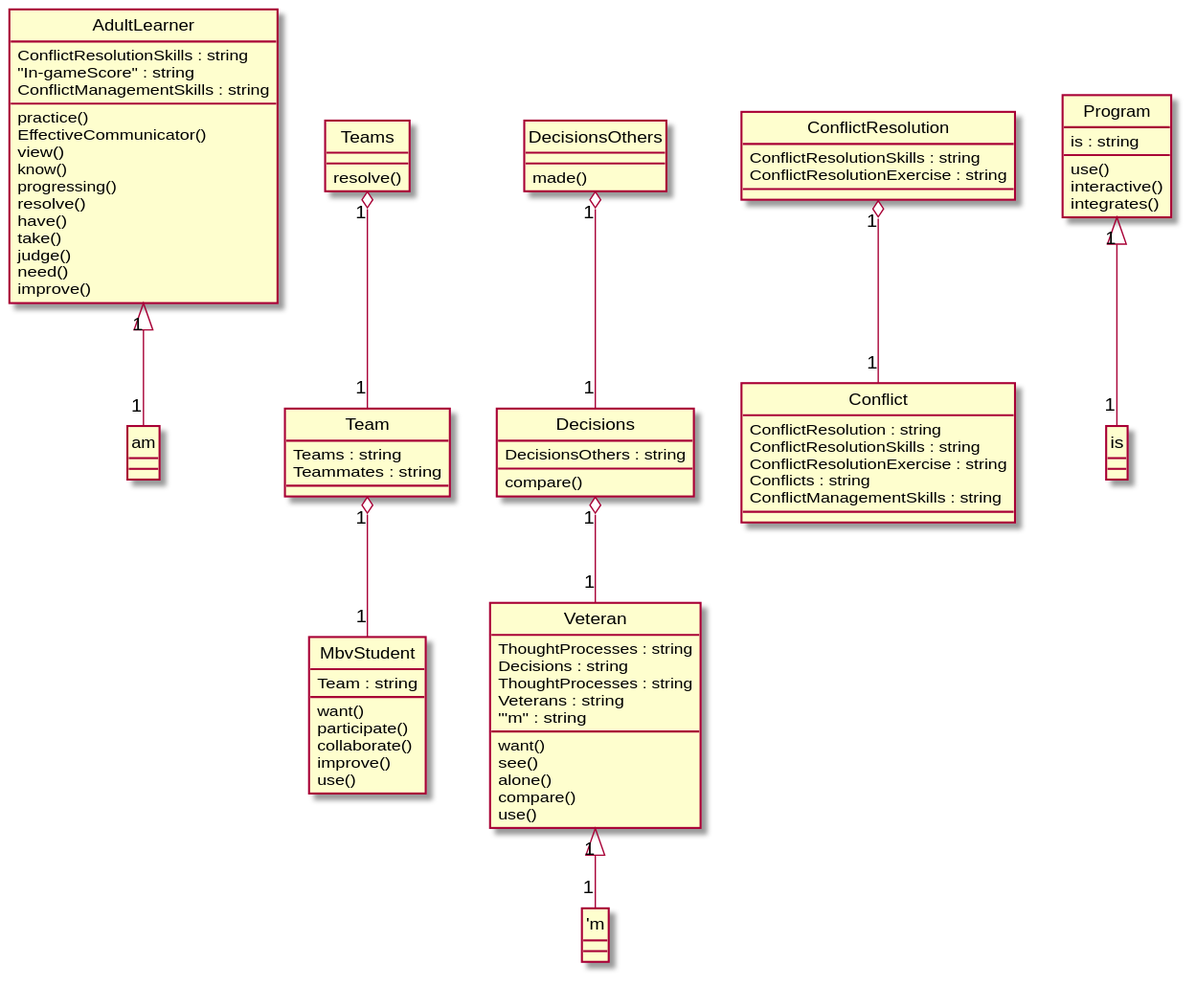
This is Diagrams/2015-USC-Project04.svg from xixixhalu/DomainModelExtractor, a PlantUML export, as it was before one commit. Its diagram source:
```plantuml
@startuml
hide circle
class AdultLearner {
	ConflictResolutionSkills : string
	"In-gameScore" : string
	ConflictManagementSkills : string
	practice()
	EffectiveCommunicator()
	view()
	know()
	progressing()
	resolve()
	have()
	take()
	judge()
	need()
	improve()
}
class MbvStudent {
	Team : string
	want()
	participate()
	collaborate()
	improve()
	use()
}
class Veteran {
	ThoughtProcesses : string
	Decisions : string
	ThoughtProcesses : string
	Veterans : string
	"'m" : string
	want()
	see()
	alone()
	compare()
	use()
}
class Team {
	Teams : string
	Teammates : string
}
class ConflictResolution {
	ConflictResolutionSkills : string
	ConflictResolutionExercise : string
}
class Decisions {
	DecisionsOthers : string
	compare()
}
class Conflict {
	ConflictResolution : string
	ConflictResolutionSkills : string
	ConflictResolutionExercise : string
	Conflicts : string
	ConflictManagementSkills : string
}
class Program {
	is : string
	use()
	interactive()
	integrates()
}
class Teams {
	resolve()
}
class DecisionsOthers {
	made()
}
Program "1" <|-- "1" is
Decisions "1" o-- "1" Veteran
Team "1" o-- "1" MbvStudent
Veteran "1" <|-- "1" "'m"
DecisionsOthers "1" o-- "1" Decisions
Teams "1" o-- "1" Team
AdultLearner "1" <|-- "1" am
ConflictResolution "1" o-- "1" Conflict
@enduml
```
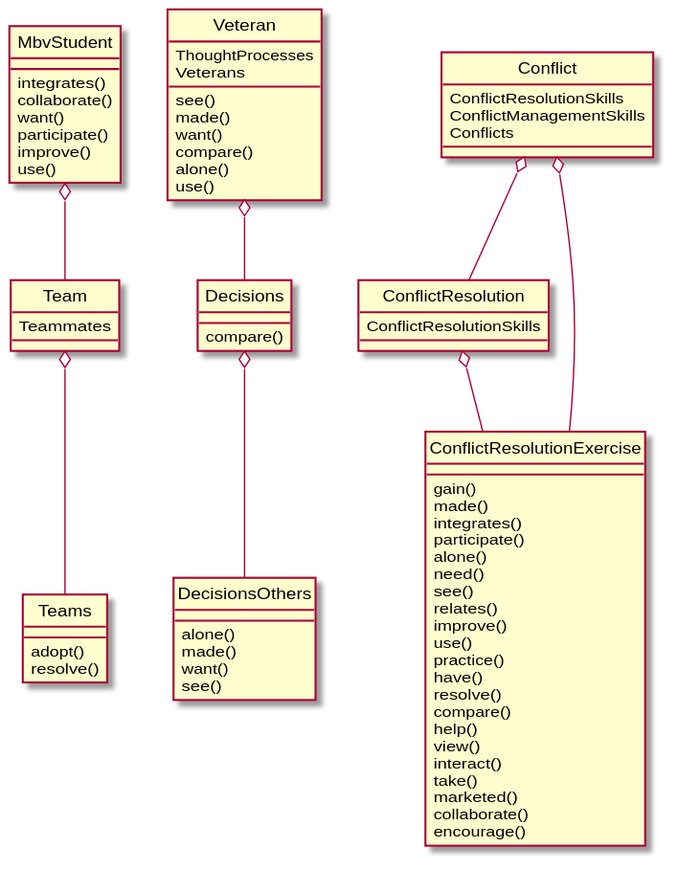
After the change.

What changed in the source:
```diff
@@ -1,78 +1,75 @@
 @startuml
 hide circle
-class AdultLearner {
-	ConflictResolutionSkills : string
-	"In-gameScore" : string
-	ConflictManagementSkills : string
-	practice()
-	EffectiveCommunicator()
-	view()
-	know()
-	progressing()
-	resolve()
-	have()
-	take()
-	judge()
-	need()
-	improve()
-}
 class MbvStudent {
-	Team : string
+	integrates()
+	collaborate()
 	want()
 	participate()
-	collaborate()
 	improve()
 	use()
 }
 class Veteran {
-	ThoughtProcesses : string
-	Decisions : string
-	ThoughtProcesses : string
-	Veterans : string
-	"'m" : string
+	ThoughtProcesses
+	Veterans
+	see()
+	made()
 	want()
-	see()
+	compare()
 	alone()
-	compare()
 	use()
 }
+class Decisions {
+	compare()
+}
 class Team {
-	Teams : string
-	Teammates : string
+	Teammates
+}
+class Conflict {
+	ConflictResolutionSkills
+	ConflictManagementSkills
+	Conflicts
 }
 class ConflictResolution {
-	ConflictResolutionSkills : string
-	ConflictResolutionExercise : string
-}
-class Decisions {
-	DecisionsOthers : string
-	compare()
-}
-class Conflict {
-	ConflictResolution : string
-	ConflictResolutionSkills : string
-	ConflictResolutionExercise : string
-	Conflicts : string
-	ConflictManagementSkills : string
-}
-class Program {
-	is : string
-	use()
-	interactive()
-	integrates()
+	ConflictResolutionSkills
 }
 class Teams {
+	adopt()
 	resolve()
 }
 class DecisionsOthers {
+	alone()
 	made()
+	want()
+	see()
 }
-Program "1" <|-- "1" is
-Decisions "1" o-- "1" Veteran
-Team "1" o-- "1" MbvStudent
-Veteran "1" <|-- "1" "'m"
-DecisionsOthers "1" o-- "1" Decisions
-Teams "1" o-- "1" Team
-AdultLearner "1" <|-- "1" am
-ConflictResolution "1" o-- "1" Conflict
+class ConflictResolutionExercise {
+	gain()
+	made()
+	integrates()
+	participate()
+	alone()
+	need()
+	see()
+	relates()
+	improve()
+	use()
+	practice()
+	have()
+	resolve()
+	compare()
+	help()
+	view()
+	interact()
+	take()
+	marketed()
+	collaborate()
+	encourage()
+}
+Veteran o-- Decisions
+Team o-- Teams
+Conflict o-- ConflictResolutionExercise
+ConflictResolution o-- ConflictResolutionExercise
+Conflict o-- ConflictResolution
+MbvStudent o-- Team
+Decisions o-- DecisionsOthers
 @enduml
```
